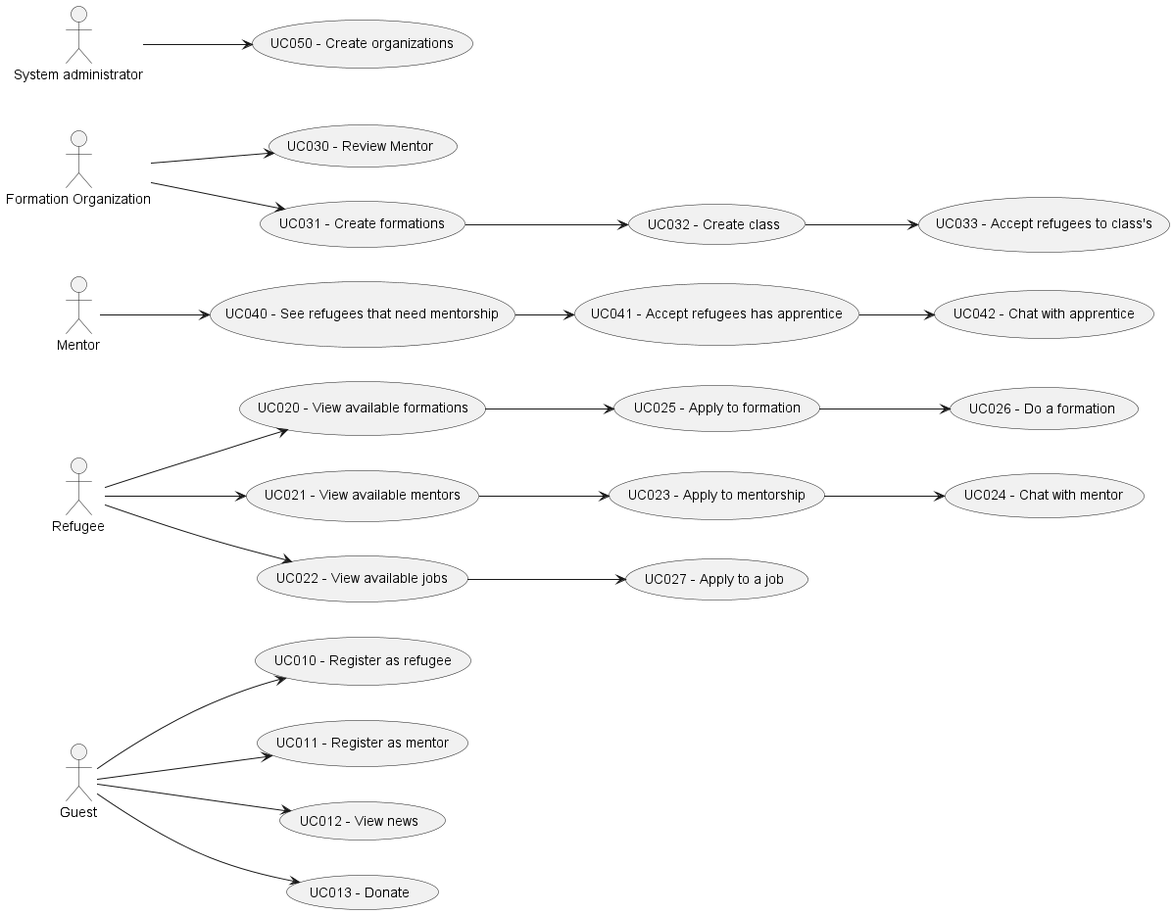
kanzodotjava/RefugeeLINK keeps this PlantUML diagram as Doc/Requirements/png/UseCaseDiagram.png. Above is the earlier version.
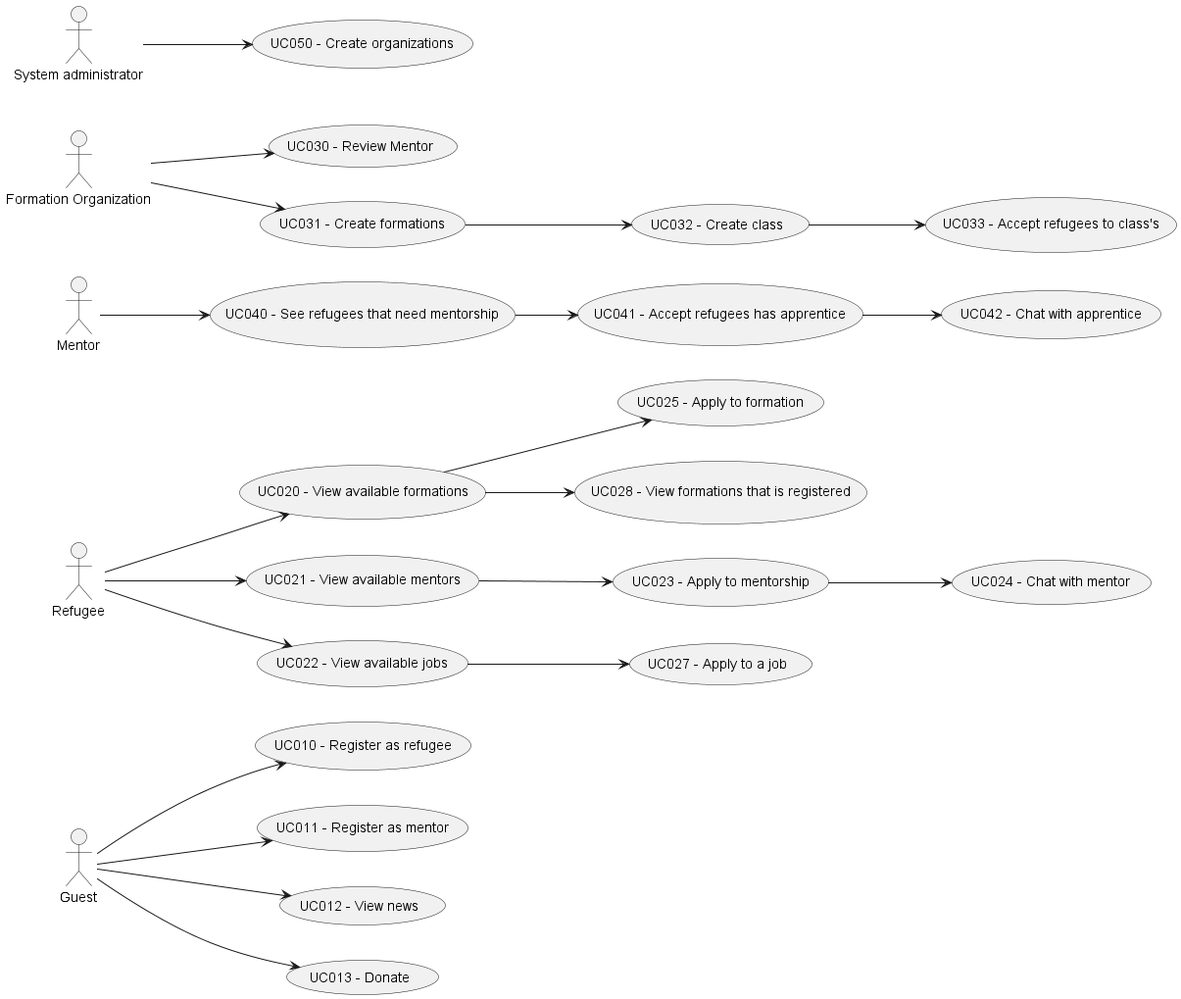
Later version of the same file.

The edit, as a diff of the source:
```diff
@@ -20,8 +20,8 @@
 usecase "UC023 - Apply to mentorship" as UC023
 usecase "UC024 - Chat with mentor" as UC024
 usecase "UC025 - Apply to formation" as UC025
-usecase "UC026 - Do a formation" as UC026
 usecase "UC027 - Apply to a job" as UC027
+usecase "UC028 - View formations that is registered" as UC028
 
 
 usecase "UC030 - Review Mentor" as UC030
@@ -52,16 +52,15 @@
 
 Admin --> UC050
 
-
 UC021 --> UC023
 UC023 --> UC024
 UC020 --> UC025
-UC025 --> UC026
 UC040 --> UC041
 UC041 --> UC042
 UC022 --> UC027
 UC031 --> UC032
 UC032 --> UC033
+UC020 --> UC028
 
 
 
```
